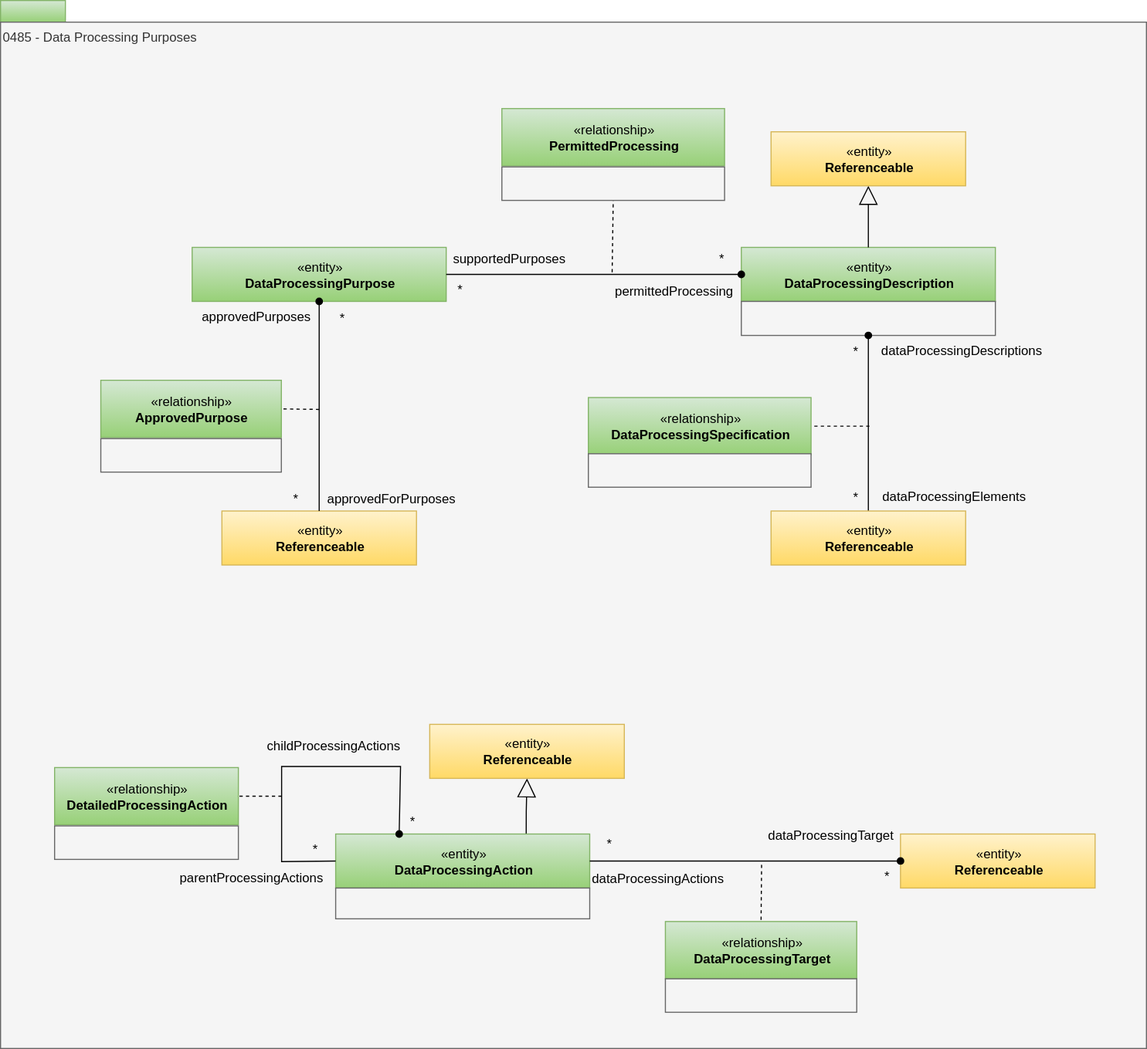
This is site/docs/types/4/0485-Data-Processing-Purposes.svg from odpi/egeria-docs, a draw.io export, as it was before one commit. Source tidied: cells renumbered, new cells last; positions are measured from the earlier drawing's top-left corner, leaving out a move shared by most shapes. Source of this version:
```xml
<mxGraphModel>
  <root>
    <mxCell id="0" />
    <mxCell id="1" parent="0" />
    <mxCell id="2" style="rounded=0;whiteSpace=wrap;html=1;align=left;fillColor=#d5e8d4;strokeColor=#82b366;gradientColor=#97d077;" parent="1" vertex="1">
      <mxGeometry width="60" height="20" as="geometry" />
    </mxCell>
    <mxCell id="3" value="0485 - Data Processing Purposes" style="rounded=0;whiteSpace=wrap;html=1;align=left;verticalAlign=top;fillColor=#f5f5f5;fontColor=#333333;strokeColor=#666666;" parent="1" vertex="1">
      <mxGeometry y="20" width="1060" height="950" as="geometry" />
    </mxCell>
    <mxCell id="4" style="edgeStyle=orthogonalEdgeStyle;rounded=0;jettySize=auto;html=1;exitX=0.75;exitY=0;exitDx=0;exitDy=0;entryX=0.5;entryY=1;entryDx=0;entryDy=0;endArrow=block;endFill=0;startSize=6;endSize=15;" parent="1" edge="1" source="5" target="15">
      <mxGeometry relative="1" as="geometry" />
    </mxCell>
    <mxCell id="5" value="«entity»&lt;br&gt;&lt;b&gt;DataProcessingAction&lt;/b&gt;" style="html=1;strokeColor=#82b366;align=center;fillColor=#d5e8d4;gradientColor=#97d077;" parent="1" vertex="1">
      <mxGeometry x="310" y="771.5" width="235" height="50" as="geometry" />
    </mxCell>
    <mxCell id="6" style="rounded=0;whiteSpace=wrap;html=1;strokeColor=#666666;align=left;fillColor=#f5f5f5;fontColor=#333333;" parent="1" vertex="1">
      <mxGeometry x="310" y="821.5" width="235" height="28.5" as="geometry" />
    </mxCell>
    <mxCell id="7" value="*" style="text;html=1;strokeColor=none;fillColor=none;align=center;verticalAlign=middle;whiteSpace=wrap;rounded=0;" parent="1" vertex="1">
      <mxGeometry x="777.8" y="450.5" width="26" height="18" as="geometry" />
    </mxCell>
    <mxCell id="8" value="«relationship»&lt;br&gt;&lt;b&gt;DataProcessingSpecification&lt;/b&gt;" style="html=1;strokeColor=#82b366;align=center;fillColor=#d5e8d4;gradientColor=#97d077;" parent="1" vertex="1">
      <mxGeometry x="543.8" y="367.5" width="206" height="53" as="geometry" />
    </mxCell>
    <mxCell id="9" style="endArrow=none;dashed=1;html=1;" parent="1" edge="1" target="8">
      <mxGeometry relative="1" as="geometry">
        <mxPoint x="803.8" y="394" as="sourcePoint" />
      </mxGeometry>
    </mxCell>
    <mxCell id="10" style="rounded=0;whiteSpace=wrap;html=1;strokeColor=#666666;align=left;fillColor=#f5f5f5;fontColor=#333333;" parent="1" vertex="1">
      <mxGeometry x="543.8" y="419.5" width="206" height="31" as="geometry" />
    </mxCell>
    <mxCell id="11" value="dataProcessingElements" style="text;html=1;strokeColor=none;fillColor=none;align=center;verticalAlign=middle;whiteSpace=wrap;rounded=0;" parent="1" vertex="1">
      <mxGeometry x="809.5" y="448.5" width="144.2" height="20" as="geometry" />
    </mxCell>
    <mxCell id="12" value="dataProcessingDescriptions" style="text;html=1;strokeColor=none;fillColor=none;align=center;verticalAlign=middle;whiteSpace=wrap;rounded=0;" parent="1" vertex="1">
      <mxGeometry x="809.5" y="313.5" width="157.5" height="20" as="geometry" />
    </mxCell>
    <mxCell id="13" value="*" style="text;html=1;strokeColor=none;fillColor=none;align=center;verticalAlign=middle;whiteSpace=wrap;rounded=0;" parent="1" vertex="1">
      <mxGeometry x="777.8" y="315.5" width="26" height="18" as="geometry" />
    </mxCell>
    <mxCell id="14" value="«entity»&lt;br&gt;&lt;b&gt;Referenceable&lt;/b&gt;" style="html=1;strokeColor=#d6b656;align=center;fillColor=#fff2cc;gradientColor=#ffd966;" parent="1" vertex="1">
      <mxGeometry x="204.8" y="472.5" width="180" height="50" as="geometry" />
    </mxCell>
    <mxCell id="15" value="«entity»&lt;br&gt;&lt;b&gt;Referenceable&lt;/b&gt;" style="html=1;strokeColor=#d6b656;align=center;fillColor=#fff2cc;gradientColor=#ffd966;" parent="1" vertex="1">
      <mxGeometry x="397" y="670" width="180" height="50" as="geometry" />
    </mxCell>
    <mxCell id="16" value="«entity»&lt;br&gt;&lt;b&gt;DataProcessingPurpose&lt;/b&gt;" style="html=1;strokeColor=#82b366;align=center;fillColor=#d5e8d4;gradientColor=#97d077;" parent="1" vertex="1">
      <mxGeometry x="177.2" y="228.5" width="235" height="50" as="geometry" />
    </mxCell>
    <mxCell id="17" value="«entity»&lt;br&gt;&lt;b&gt;Referenceable&lt;/b&gt;" style="html=1;strokeColor=#d6b656;align=center;fillColor=#fff2cc;gradientColor=#ffd966;" parent="1" vertex="1">
      <mxGeometry x="832.5" y="771.5" width="180" height="50" as="geometry" />
    </mxCell>
    <mxCell id="18" value="approvedPurposes" style="text;html=1;strokeColor=none;fillColor=none;align=center;verticalAlign=middle;whiteSpace=wrap;rounded=0;" parent="1" vertex="1">
      <mxGeometry x="169.8" y="283.2" width="133" height="20" as="geometry" />
    </mxCell>
    <mxCell id="19" value="approvedForPurposes" style="text;html=1;strokeColor=none;fillColor=none;align=center;verticalAlign=middle;whiteSpace=wrap;rounded=0;" parent="1" vertex="1">
      <mxGeometry x="294.8" y="450.5" width="133" height="20" as="geometry" />
    </mxCell>
    <mxCell id="20" value="*" style="text;html=1;strokeColor=none;fillColor=none;align=center;verticalAlign=middle;whiteSpace=wrap;rounded=0;" parent="1" vertex="1">
      <mxGeometry x="302.8" y="285.2" width="26" height="18" as="geometry" />
    </mxCell>
    <mxCell id="21" value="*" style="text;html=1;strokeColor=none;fillColor=none;align=center;verticalAlign=middle;whiteSpace=wrap;rounded=0;" parent="1" vertex="1">
      <mxGeometry x="259.8" y="451.5" width="26" height="18" as="geometry" />
    </mxCell>
    <mxCell id="22" value="«relationship»&lt;br&gt;&lt;b&gt;DataProcessingTarget&lt;/b&gt;" style="html=1;strokeColor=#82b366;align=center;fillColor=#d5e8d4;gradientColor=#97d077;" parent="1" vertex="1">
      <mxGeometry x="615" y="852.5" width="177" height="53" as="geometry" />
    </mxCell>
    <mxCell id="23" style="endArrow=none;dashed=1;html=1;entryX=0.5;entryY=0;entryDx=0;entryDy=0;" parent="1" edge="1" target="22">
      <mxGeometry relative="1" as="geometry">
        <mxPoint x="704" y="800" as="sourcePoint" />
      </mxGeometry>
    </mxCell>
    <mxCell id="24" style="rounded=0;whiteSpace=wrap;html=1;strokeColor=#666666;align=left;fillColor=#f5f5f5;fontColor=#333333;" parent="1" vertex="1">
      <mxGeometry x="615" y="905.5" width="177" height="31" as="geometry" />
    </mxCell>
    <mxCell id="25" value="«relationship»&lt;br&gt;&lt;b&gt;ApprovedPurpose&lt;/b&gt;" style="html=1;strokeColor=#82b366;align=center;fillColor=#d5e8d4;gradientColor=#97d077;" parent="1" vertex="1">
      <mxGeometry x="92.8" y="351.5" width="167" height="53" as="geometry" />
    </mxCell>
    <mxCell id="26" style="endArrow=none;dashed=1;html=1;entryX=1;entryY=0.5;entryDx=0;entryDy=0;" parent="1" edge="1" target="25">
      <mxGeometry relative="1" as="geometry">
        <mxPoint x="294.8" y="378.5" as="sourcePoint" />
      </mxGeometry>
    </mxCell>
    <mxCell id="27" style="rounded=0;whiteSpace=wrap;html=1;strokeColor=#666666;align=left;fillColor=#f5f5f5;fontColor=#333333;" parent="1" vertex="1">
      <mxGeometry x="92.8" y="405.5" width="167" height="31" as="geometry" />
    </mxCell>
    <mxCell id="28" value="parentProcessingActions" style="text;html=1;strokeColor=none;fillColor=none;align=center;verticalAlign=middle;whiteSpace=wrap;rounded=0;" parent="1" vertex="1">
      <mxGeometry x="158.5" y="801.5" width="145.5" height="20" as="geometry" />
    </mxCell>
    <mxCell id="29" value="dataProcessingTarget" style="text;html=1;strokeColor=none;fillColor=none;align=center;verticalAlign=middle;whiteSpace=wrap;rounded=0;" parent="1" vertex="1">
      <mxGeometry x="702.5" y="763" width="130" height="20" as="geometry" />
    </mxCell>
    <mxCell id="30" value="*" style="text;html=1;strokeColor=none;fillColor=none;align=center;verticalAlign=middle;whiteSpace=wrap;rounded=0;" parent="1" vertex="1">
      <mxGeometry x="411.8" y="258.5" width="26" height="18" as="geometry" />
    </mxCell>
    <mxCell id="31" value="«relationship»&lt;br&gt;&lt;b&gt;PermittedProcessing&lt;/b&gt;" style="html=1;strokeColor=#82b366;align=center;fillColor=#d5e8d4;gradientColor=#97d077;" parent="1" vertex="1">
      <mxGeometry x="463.8" y="100" width="206" height="53" as="geometry" />
    </mxCell>
    <mxCell id="32" style="endArrow=none;dashed=1;html=1;entryX=0.5;entryY=1;entryDx=0;entryDy=0;" parent="1" edge="1" target="33">
      <mxGeometry relative="1" as="geometry">
        <mxPoint x="565.8" y="251.5" as="sourcePoint" />
      </mxGeometry>
    </mxCell>
    <mxCell id="33" style="rounded=0;whiteSpace=wrap;html=1;strokeColor=#666666;align=left;fillColor=#f5f5f5;fontColor=#333333;" parent="1" vertex="1">
      <mxGeometry x="463.8" y="154" width="206" height="31" as="geometry" />
    </mxCell>
    <mxCell id="34" value="supportedPurposes" style="text;html=1;strokeColor=none;fillColor=none;align=center;verticalAlign=middle;whiteSpace=wrap;rounded=0;" parent="1" vertex="1">
      <mxGeometry x="403.8" y="228.5" width="133" height="20" as="geometry" />
    </mxCell>
    <mxCell id="35" value="*" style="text;html=1;strokeColor=none;fillColor=none;align=center;verticalAlign=middle;whiteSpace=wrap;rounded=0;" parent="1" vertex="1">
      <mxGeometry x="653.8" y="229.5" width="26" height="18" as="geometry" />
    </mxCell>
    <mxCell id="36" value="*" style="text;html=1;strokeColor=none;fillColor=none;align=center;verticalAlign=middle;whiteSpace=wrap;rounded=0;" parent="1" vertex="1">
      <mxGeometry x="806.5" y="801.5" width="26" height="18" as="geometry" />
    </mxCell>
    <mxCell id="37" value="*" style="text;html=1;strokeColor=none;fillColor=none;align=center;verticalAlign=middle;whiteSpace=wrap;rounded=0;" parent="1" vertex="1">
      <mxGeometry x="550" y="771.5" width="26" height="18" as="geometry" />
    </mxCell>
    <mxCell id="38" value="permittedProcessing" style="text;html=1;strokeColor=none;fillColor=none;align=center;verticalAlign=middle;whiteSpace=wrap;rounded=0;" parent="1" vertex="1">
      <mxGeometry x="543.8" y="258.5" width="157.5" height="20" as="geometry" />
    </mxCell>
    <mxCell id="39" value="«entity»&lt;br&gt;&lt;b&gt;DataProcessingDescription&lt;/b&gt;" style="html=1;strokeColor=#82b366;align=center;fillColor=#d5e8d4;gradientColor=#97d077;" parent="1" vertex="1">
      <mxGeometry x="685.2" y="228.5" width="235" height="50" as="geometry" />
    </mxCell>
    <mxCell id="40" style="edgeStyle=none;rounded=0;orthogonalLoop=1;jettySize=auto;html=1;exitX=0;exitY=0.5;exitDx=0;exitDy=0;entryX=0.25;entryY=0;entryDx=0;entryDy=0;endArrow=oval;endFill=1;" parent="1" edge="1" source="5" target="5">
      <mxGeometry relative="1" as="geometry">
        <Array as="points">
          <mxPoint x="260" y="797" />
          <mxPoint x="260" y="709" />
          <mxPoint x="370" y="709" />
        </Array>
      </mxGeometry>
    </mxCell>
    <mxCell id="41" style="rounded=0;whiteSpace=wrap;html=1;strokeColor=#666666;align=left;fillColor=#f5f5f5;fontColor=#333333;" parent="1" vertex="1">
      <mxGeometry x="685.2" y="278.5" width="235" height="31.5" as="geometry" />
    </mxCell>
    <mxCell id="42" value="*" style="text;html=1;strokeColor=none;fillColor=none;align=center;verticalAlign=middle;whiteSpace=wrap;rounded=0;" parent="1" vertex="1">
      <mxGeometry x="278" y="777" width="26" height="18" as="geometry" />
    </mxCell>
    <mxCell id="43" value="«relationship»&lt;br&gt;&lt;b&gt;DetailedProcessingAction&lt;/b&gt;" style="html=1;strokeColor=#82b366;align=center;fillColor=#d5e8d4;gradientColor=#97d077;" parent="1" vertex="1">
      <mxGeometry x="50" y="710" width="170" height="53" as="geometry" />
    </mxCell>
    <mxCell id="44" style="endArrow=none;dashed=1;html=1;" parent="1" edge="1">
      <mxGeometry relative="1" as="geometry">
        <mxPoint x="260" y="736.5" as="sourcePoint" />
        <mxPoint x="220" y="736.5" as="targetPoint" />
      </mxGeometry>
    </mxCell>
    <mxCell id="45" style="rounded=0;whiteSpace=wrap;html=1;strokeColor=#666666;align=left;fillColor=#f5f5f5;fontColor=#333333;" parent="1" vertex="1">
      <mxGeometry x="50" y="764" width="170" height="31" as="geometry" />
    </mxCell>
    <mxCell id="46" value="*" style="text;html=1;strokeColor=none;fillColor=none;align=center;verticalAlign=middle;whiteSpace=wrap;rounded=0;" parent="1" vertex="1">
      <mxGeometry x="368" y="750.5" width="26" height="18" as="geometry" />
    </mxCell>
    <mxCell id="47" value="childProcessingActions" style="text;html=1;strokeColor=none;fillColor=none;align=center;verticalAlign=middle;whiteSpace=wrap;rounded=0;" parent="1" vertex="1">
      <mxGeometry x="239" y="680" width="137.5" height="20" as="geometry" />
    </mxCell>
    <mxCell id="48" value="dataProcessingActions" style="text;html=1;strokeColor=none;fillColor=none;align=center;verticalAlign=middle;whiteSpace=wrap;rounded=0;" parent="1" vertex="1">
      <mxGeometry x="528.5" y="802.5" width="157.5" height="20" as="geometry" />
    </mxCell>
    <mxCell id="49" style="edgeStyle=none;rounded=0;jettySize=auto;html=1;exitX=1;exitY=0.5;exitDx=0;exitDy=0;entryX=0;entryY=0.5;entryDx=0;entryDy=0;endArrow=oval;endFill=1;" parent="1" edge="1" source="16" target="39">
      <mxGeometry relative="1" as="geometry" />
    </mxCell>
    <mxCell id="50" style="rounded=0;html=1;jettySize=auto;endArrow=none;endFill=0;exitX=0.5;exitY=1;exitDx=0;exitDy=0;startArrow=oval;startFill=1;" parent="1" edge="1" source="41" target="54">
      <mxGeometry relative="1" as="geometry" />
    </mxCell>
    <mxCell id="51" style="edgeStyle=none;rounded=0;jettySize=auto;html=1;exitX=0.5;exitY=0;exitDx=0;exitDy=0;endArrow=oval;endFill=1;entryX=0.5;entryY=1;entryDx=0;entryDy=0;" parent="1" edge="1" source="14" target="16">
      <mxGeometry relative="1" as="geometry" />
    </mxCell>
    <mxCell id="52" style="edgeStyle=none;rounded=0;jettySize=auto;html=1;exitX=1;exitY=0.5;exitDx=0;exitDy=0;entryX=0;entryY=0.5;entryDx=0;entryDy=0;endArrow=oval;endFill=1;" parent="1" edge="1" source="5" target="17">
      <mxGeometry relative="1" as="geometry" />
    </mxCell>
    <mxCell id="53" style="edgeStyle=orthogonalEdgeStyle;rounded=0;jettySize=auto;html=1;exitX=0.5;exitY=0;exitDx=0;exitDy=0;endArrow=block;endFill=0;startSize=6;endSize=15;entryX=0.5;entryY=1;entryDx=0;entryDy=0;" parent="1" edge="1" source="39" target="55">
      <mxGeometry relative="1" as="geometry" />
    </mxCell>
    <mxCell id="54" value="«entity»&lt;br&gt;&lt;b&gt;Referenceable&lt;/b&gt;" style="html=1;strokeColor=#d6b656;align=center;fillColor=#fff2cc;gradientColor=#ffd966;" parent="1" vertex="1">
      <mxGeometry x="712.8" y="472.5" width="180" height="50" as="geometry" />
    </mxCell>
    <mxCell id="55" value="«entity»&lt;br&gt;&lt;b&gt;Referenceable&lt;/b&gt;" style="html=1;strokeColor=#d6b656;align=center;fillColor=#fff2cc;gradientColor=#ffd966;" parent="1" vertex="1">
      <mxGeometry x="712.8" y="121.5" width="180" height="50" as="geometry" />
    </mxCell>
  </root>
</mxGraphModel>
```
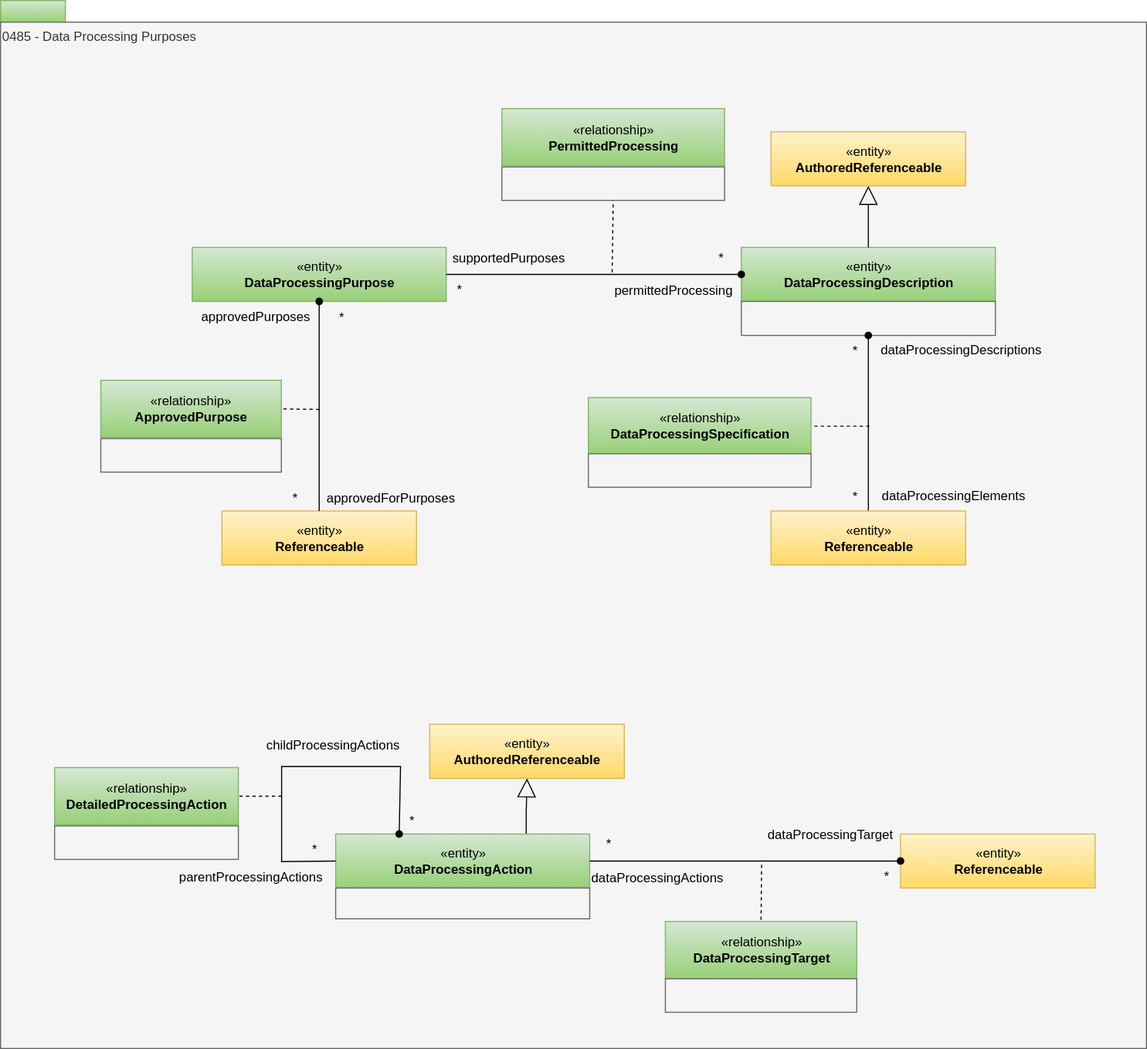
After the change.

Change to the diagram source:
```diff
@@ -43,7 +43,7 @@
     <mxCell id="14" value="«entity»&lt;br&gt;&lt;b&gt;Referenceable&lt;/b&gt;" style="html=1;strokeColor=#d6b656;align=center;fillColor=#fff2cc;gradientColor=#ffd966;" parent="1" vertex="1">
       <mxGeometry x="204.8" y="472.5" width="180" height="50" as="geometry" />
     </mxCell>
-    <mxCell id="15" value="«entity»&lt;br&gt;&lt;b&gt;Referenceable&lt;/b&gt;" style="html=1;strokeColor=#d6b656;align=center;fillColor=#fff2cc;gradientColor=#ffd966;" parent="1" vertex="1">
+    <mxCell id="15" value="«entity»&lt;br&gt;&lt;b&gt;AuthoredReferenceable&lt;/b&gt;" style="html=1;strokeColor=#d6b656;align=center;fillColor=#fff2cc;gradientColor=#ffd966;" parent="1" vertex="1">
       <mxGeometry x="397" y="670" width="180" height="50" as="geometry" />
     </mxCell>
     <mxCell id="16" value="«entity»&lt;br&gt;&lt;b&gt;DataProcessingPurpose&lt;/b&gt;" style="html=1;strokeColor=#82b366;align=center;fillColor=#d5e8d4;gradientColor=#97d077;" parent="1" vertex="1">
@@ -178,7 +178,7 @@
     <mxCell id="54" value="«entity»&lt;br&gt;&lt;b&gt;Referenceable&lt;/b&gt;" style="html=1;strokeColor=#d6b656;align=center;fillColor=#fff2cc;gradientColor=#ffd966;" parent="1" vertex="1">
       <mxGeometry x="712.8" y="472.5" width="180" height="50" as="geometry" />
     </mxCell>
-    <mxCell id="55" value="«entity»&lt;br&gt;&lt;b&gt;Referenceable&lt;/b&gt;" style="html=1;strokeColor=#d6b656;align=center;fillColor=#fff2cc;gradientColor=#ffd966;" parent="1" vertex="1">
+    <mxCell id="55" value="«entity»&lt;br&gt;&lt;b&gt;AuthoredReferenceable&lt;/b&gt;" style="html=1;strokeColor=#d6b656;align=center;fillColor=#fff2cc;gradientColor=#ffd966;" parent="1" vertex="1">
       <mxGeometry x="712.8" y="121.5" width="180" height="50" as="geometry" />
     </mxCell>
   </root>
```
